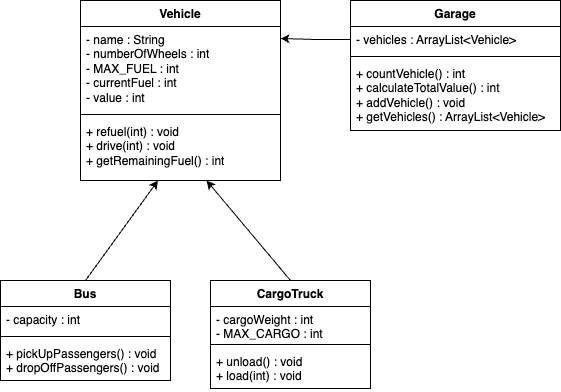
Earlier version of the draw.io export Diagram.drawio.png (TDD66/PolymorphismLab). Source tidied: cells renumbered, new cells last; positions are measured from the earlier drawing's top-left corner, leaving out a move shared by most shapes.
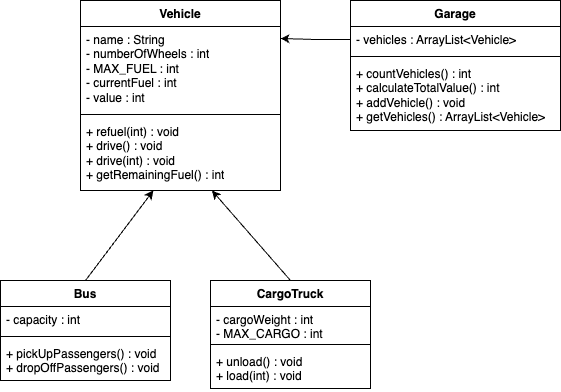
After the commit.

The edit, as a diff of the source:
```diff
@@ -3,7 +3,7 @@
     <mxCell id="0" />
     <mxCell id="1" parent="0" />
     <mxCell id="2" value="Vehicle" style="swimlane;fontStyle=1;align=center;verticalAlign=top;horizontal=1;startSize=26;whiteSpace=wrap;html=1;" parent="1" vertex="1">
-      <mxGeometry x="80" width="200" height="180" as="geometry" />
+      <mxGeometry x="80" width="200" height="190" as="geometry" />
     </mxCell>
     <mxCell id="3" value="- name : String&lt;br&gt;- numberOfWheels : int&lt;br&gt;- MAX_FUEL : int&lt;br&gt;- currentFuel : int&lt;br&gt;- value : int" style="text;strokeColor=none;fillColor=none;align=left;verticalAlign=top;spacingLeft=4;spacingRight=4;overflow=hidden;points=[[0,0.5],[1,0.5]];portConstraint=eastwest;whiteSpace=wrap;html=1;" parent="2" vertex="1">
       <mxGeometry y="26" width="200" height="84" as="geometry" />
@@ -11,8 +11,8 @@
     <mxCell id="4" style="line;strokeWidth=1;fillColor=none;align=left;verticalAlign=middle;spacingTop=-1;spacingLeft=3;spacingRight=3;labelPosition=right;strokeColor=inherit;" parent="2" vertex="1">
       <mxGeometry y="110" width="200" height="8" as="geometry" />
     </mxCell>
-    <mxCell id="5" value="+ refuel(int) : void&lt;br&gt;+ drive(int) : void&lt;br&gt;+ getRemainingFuel() : int" style="text;strokeColor=none;fillColor=none;align=left;verticalAlign=top;spacingLeft=4;spacingRight=4;overflow=hidden;points=[[0,0.5],[1,0.5]];portConstraint=eastwest;whiteSpace=wrap;html=1;" parent="2" vertex="1">
-      <mxGeometry y="118" width="200" height="62" as="geometry" />
+    <mxCell id="5" value="+ refuel(int) : void&lt;br&gt;+ drive() : void&lt;br&gt;+ drive(int) : void&lt;br&gt;+ getRemainingFuel() : int" style="text;strokeColor=none;fillColor=none;align=left;verticalAlign=top;spacingLeft=4;spacingRight=4;overflow=hidden;points=[[0,0.5],[1,0.5]];portConstraint=eastwest;whiteSpace=wrap;html=1;" parent="2" vertex="1">
+      <mxGeometry y="118" width="200" height="72" as="geometry" />
     </mxCell>
     <mxCell id="6" value="Garage" style="swimlane;fontStyle=1;align=center;verticalAlign=top;horizontal=1;startSize=26;whiteSpace=wrap;html=1;" parent="1" vertex="1">
       <mxGeometry x="350" width="210" height="130" as="geometry" />
@@ -23,7 +23,7 @@
     <mxCell id="8" style="line;strokeWidth=1;fillColor=none;align=left;verticalAlign=middle;spacingTop=-1;spacingLeft=3;spacingRight=3;labelPosition=right;strokeColor=inherit;" parent="6" vertex="1">
       <mxGeometry y="52" width="210" height="8" as="geometry" />
     </mxCell>
-    <mxCell id="9" value="+ countVehicle() : int&lt;br&gt;+ calculateTotalValue() : int&lt;br&gt;+ addVehicle() : void&lt;br&gt;+ getVehicles() : ArrayList&amp;lt;Vehicle&amp;gt;" style="text;strokeColor=none;fillColor=none;align=left;verticalAlign=top;spacingLeft=4;spacingRight=4;overflow=hidden;whiteSpace=wrap;html=1;" parent="6" vertex="1">
+    <mxCell id="9" value="+ countVehicles() : int&lt;br&gt;+ calculateTotalValue() : int&lt;br&gt;+ addVehicle() : void&lt;br&gt;+ getVehicles() : ArrayList&amp;lt;Vehicle&amp;gt;" style="text;strokeColor=none;fillColor=none;align=left;verticalAlign=top;spacingLeft=4;spacingRight=4;overflow=hidden;whiteSpace=wrap;html=1;" parent="6" vertex="1">
       <mxGeometry y="60" width="210" height="70" as="geometry" />
     </mxCell>
     <mxCell id="10" value="Bus" style="swimlane;fontStyle=1;align=center;verticalAlign=top;horizontal=1;startSize=26;whiteSpace=wrap;html=1;" parent="1" vertex="1">
```
